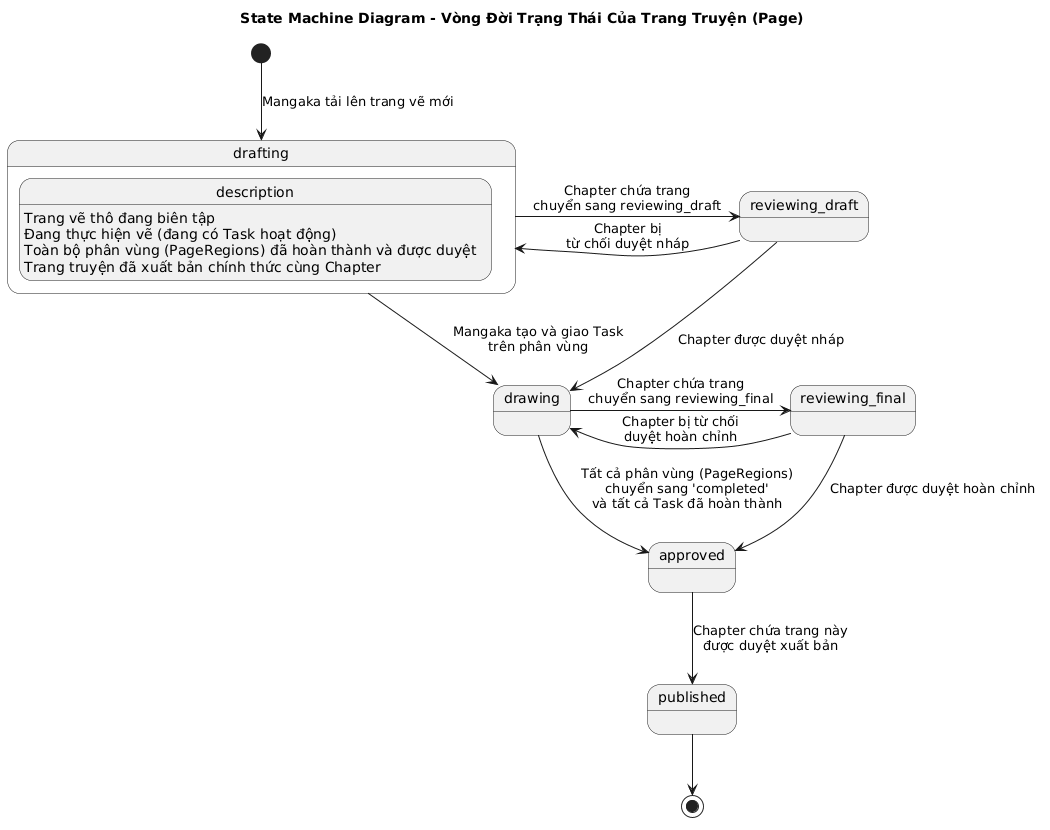
trongtan0079/manga-workflow-report keeps this PlantUML diagram as assets/diagrams/Chapter3_IMAGE/State_Machine_Page.png. Above is the earlier version.
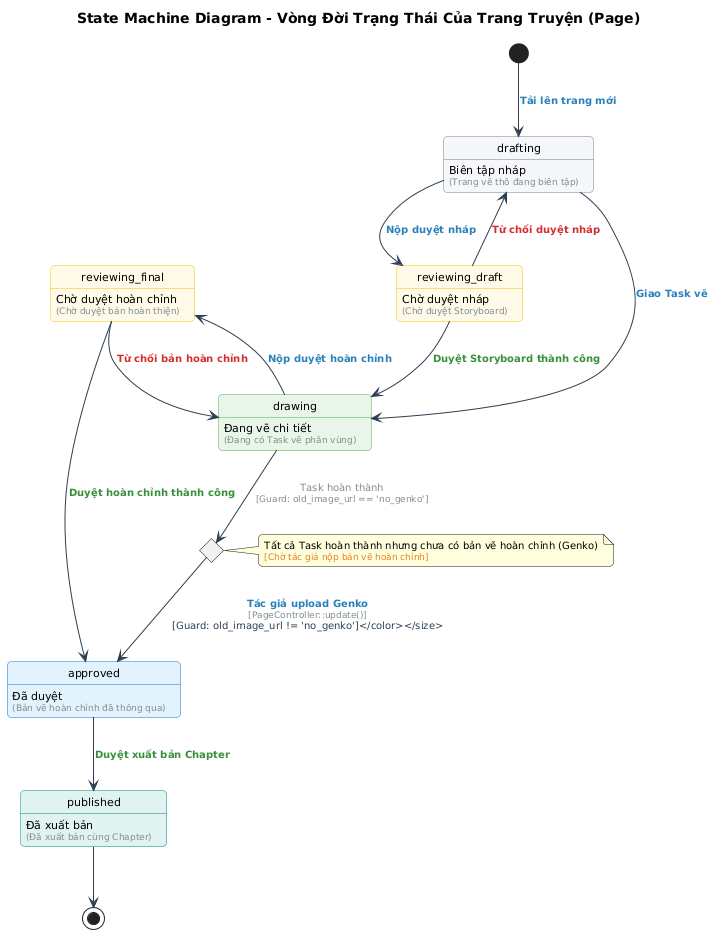
Above is the later version.

Diff of the diagram source:
```diff
@@ -3,36 +3,58 @@
 
 skinparam backgroundColor white
 skinparam shadowing false
+skinparam roundcorner 8
+skinparam defaultFontName "Segoe UI"
+skinparam defaultFontSize 11
 
-[*] --> drafting : Mangaka tải lên trang vẽ mới
+skinparam state {
+    BackgroundColor<<drafting>> #F5F6FA
+    BorderColor<<drafting>> #718093
 
-state drafting {
-    description : Trang vẽ thô đang biên tập
+    BackgroundColor<<reviewing>> #FFF9E6
+    BorderColor<<reviewing>> #F1C40F
+
+    BackgroundColor<<drawing>> #E8F5E9
+    BorderColor<<drawing>> #4CAF50
+
+    BackgroundColor<<approved>> #E3F2FD
+    BorderColor<<approved>> #1976D2
+
+    BackgroundColor<<published>> #E0F2F1
+    BorderColor<<published>> #00897B
 }
 
-state drawing {
-    description : Đang thực hiện vẽ (đang có Task hoạt động)
-}
+skinparam ArrowColor #2C3E50
+skinparam ArrowFontColor #2C3E50
+skinparam ArrowFontSize 10
 
-state approved {
-    description : Toàn bộ phân vùng (PageRegions) đã hoàn thành và được duyệt
-}
+state drafting <<drafting>> : Biên tập nháp\n<size:9><color:#7F8C8D>(Trang vẽ thô đang biên tập)</color></size>
+state reviewing_draft <<reviewing>> : Chờ duyệt nháp\n<size:9><color:#7F8C8D>(Chờ duyệt Storyboard)</color></size>
+state drawing <<drawing>> : Đang vẽ chi tiết\n<size:9><color:#7F8C8D>(Đang có Task vẽ phân vùng)</color></size>
+state reviewing_final <<reviewing>> : Chờ duyệt hoàn chỉnh\n<size:9><color:#7F8C8D>(Chờ duyệt bản hoàn thiện)</color></size>
+state approved <<approved>> : Đã duyệt\n<size:9><color:#7F8C8D>(Bản vẽ hoàn chỉnh đã thông qua)</color></size>
+state published <<published>> : Đã xuất bản\n<size:9><color:#7F8C8D>(Đã xuất bản cùng Chapter)</color></size>
 
-state published {
-    description : Trang truyện đã xuất bản chính thức cùng Chapter
-}
+[*] --> drafting : <color:#2980B9><b>Tải lên trang mới</b></color>
 
-drafting -down-> drawing : Mangaka tạo và giao Task\ntrên phân vùng
-drafting -right-> reviewing_draft : Chapter chứa trang\nchuyển sang reviewing_draft
-reviewing_draft -left-> drafting : Chapter bị\ntừ chối duyệt nháp
-reviewing_draft -down-> drawing : Chapter được duyệt nháp
-drawing -right-> reviewing_final : Chapter chứa trang\nchuyển sang reviewing_final
-reviewing_final -left-> drawing : Chapter bị từ chối\nduyệt hoàn chỉnh
+drafting --> drawing : <color:#2980B9><b>Giao Task vẽ</b></color>
+drafting --> reviewing_draft : <color:#2980B9><b>Nộp duyệt nháp</b></color>
 
-drawing -down-> approved : Tất cả phân vùng (PageRegions)\nchuyển sang 'completed'\nvà tất cả Task đã hoàn thành
-reviewing_final -down-> approved : Chapter được duyệt hoàn chỉnh
+reviewing_draft --> drafting : <color:#D32F2F><b>Từ chối duyệt nháp</b></color>
+reviewing_draft --> drawing : <color:#388E3C><b>Duyệt Storyboard thành công</b></color>
 
-approved -down-> published : Chapter chứa trang này\nđược duyệt xuất bản
+drawing --> reviewing_final : <color:#2980B9><b>Nộp duyệt hoàn chỉnh</b></color>
+reviewing_final --> drawing : <color:#D32F2F><b>Từ chối bản hoàn chỉnh</b></color>
 
-published -down-> [*]
+state waiting_genko <<choice>>
+note right of waiting_genko : <size:10>Tất cả Task hoàn thành nhưng chưa có bản vẽ hoàn chỉnh (Genko)</size>\n<size:9><color:#E67E22>[Chờ tác giả nộp bản vẽ hoàn chỉnh]</color></size>
+
+drawing --> waiting_genko : <color:#7F8C8D>Task hoàn thành</color>\n<size:9><color:#7F8C8D>[Guard: old_image_url == 'no_genko']</color></size>
+waiting_genko --> approved : <color:#2980B9><b>Tác giả upload Genko</b></color>\n<size:9><color:#7F8C8D>[PageController::update()]\n[Guard: old_image_url != 'no_genko']</color></size>
+
+reviewing_final --> approved : <color:#388E3C><b>Duyệt hoàn chỉnh thành công</b></color>
+
+approved --> published : <color:#388E3C><b>Duyệt xuất bản Chapter</b></color>
+
+published --> [*]
 @enduml
```
